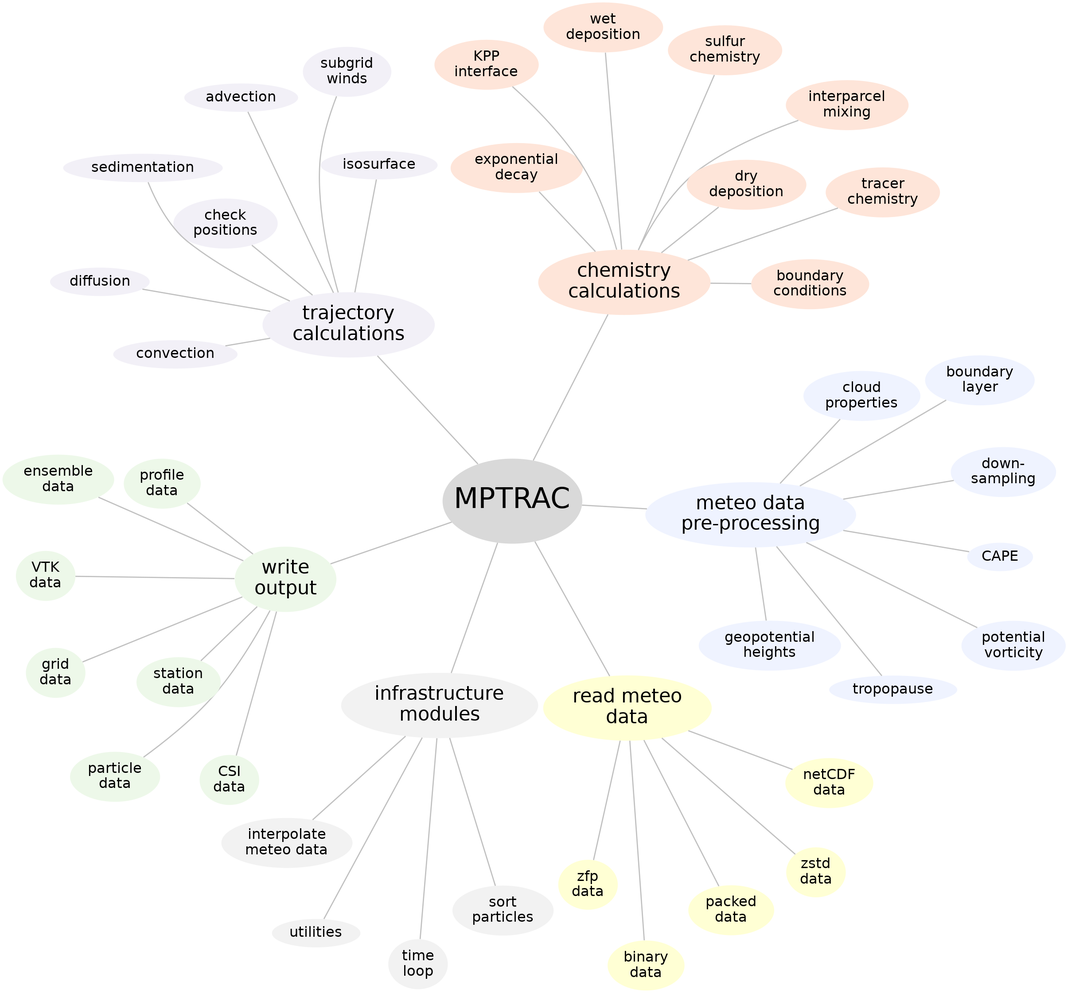
Earlier version of the Graphviz export docs/images/clusters.png (slcs-jsc/mptrac). Its source is kept beside it as docs/images/clusters.dot.
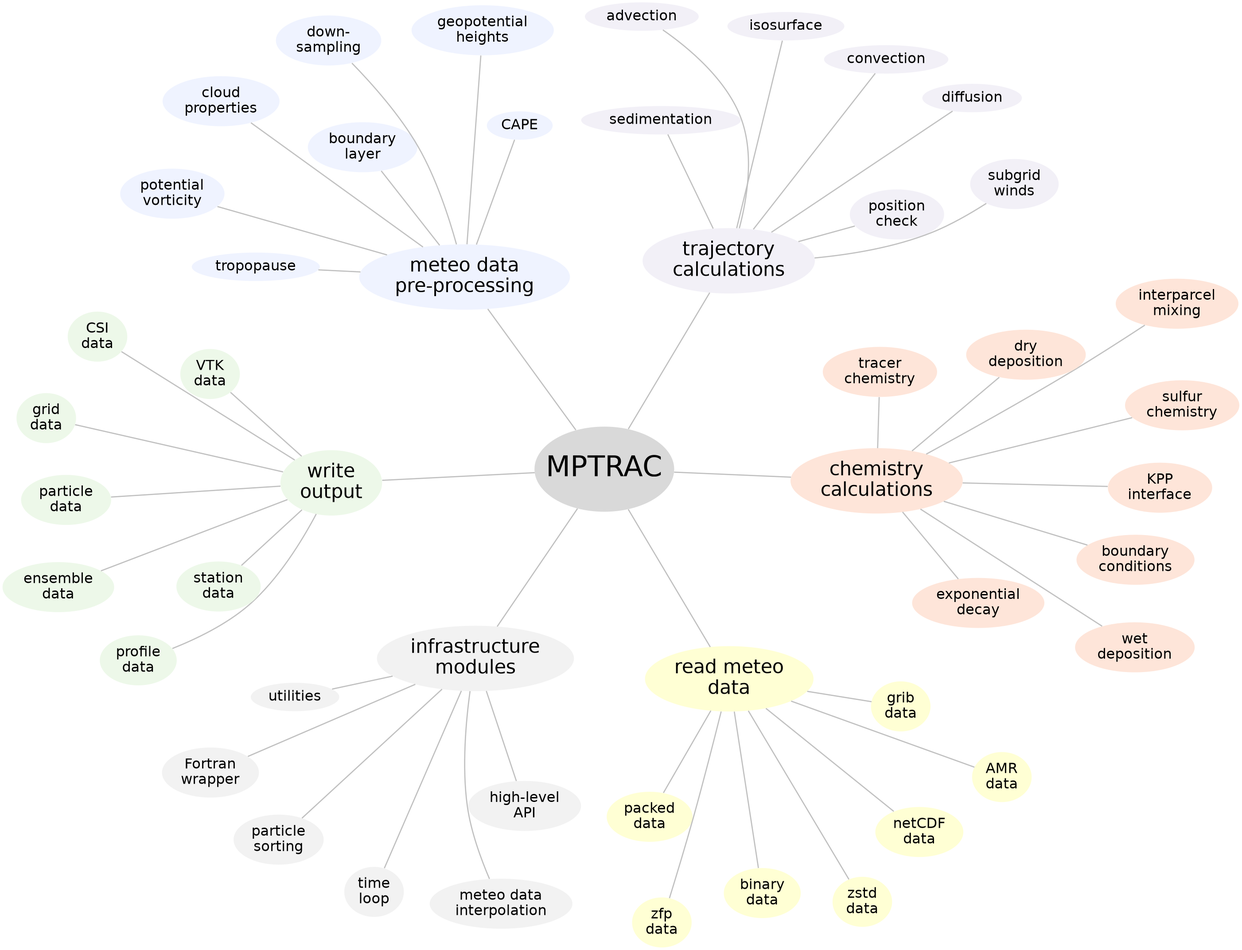
The same diagram one commit later.

The edit, as a diff of the source:
```diff
@@ -7,6 +7,7 @@
   margin=0;
   overlap=false;
   splines=true;
+  ratio=0.75;
 
   MPTRAC -- {
     "infrastructure\nmodules"
@@ -26,25 +27,33 @@
 
 
   "infrastructure\nmodules" -- {
-    "interpolate\nmeteo data"
-    "sort\nparticles"
+    "Fortran\nwrapper"
+    "high-level\nAPI"
+    "meteo data\ninterpolation"
+    "particle\nsorting"
     "time\nloop"
     "utilities"
   }
-    "interpolate\nmeteo data" [fillcolor="gray95"]
-    "sort\nparticles" [fillcolor="gray95"]
+    "Fortran\nwrapper" [fillcolor="gray95"]
+    "high-level\nAPI" [fillcolor="gray95"]
+    "meteo data\ninterpolation" [fillcolor="gray95"]
+    "particle\nsorting" [fillcolor="gray95"]
     "time\nloop" [fillcolor="gray95"]
     "utilities" [fillcolor="gray95"]
 
 
   "read meteo\ndata" -- {
+    "AMR\ndata"
     "binary\ndata"
+    "grib\ndata"
     "netCDF\ndata"
     "packed\ndata"
     "zfp\ndata"
     "zstd\ndata"
   }
+    "AMR\ndata" [colorscheme=ylorbr5 fillcolor=1]
     "binary\ndata" [colorscheme=ylorbr5 fillcolor=1]
+    "grib\ndata" [colorscheme=ylorbr5 fillcolor=1]
     "netCDF\ndata" [colorscheme=ylorbr5 fillcolor=1]
     "packed\ndata" [colorscheme=ylorbr5 fillcolor=1]
     "zfp\ndata" [colorscheme=ylorbr5 fillcolor=1]
@@ -88,7 +97,7 @@
 
 
   "trajectory\ncalculations" -- {
-    "check\npositions"
+    "position\ncheck"
     "advection"
     "diffusion"
     "subgrid\nwinds"
@@ -96,7 +105,7 @@
     "sedimentation"
     "isosurface"
   }
-    "check\npositions" [colorscheme=purples5 fillcolor=1]
+    "position\ncheck" [colorscheme=purples5 fillcolor=1]
     "advection" [colorscheme=purples5 fillcolor=1]
     "diffusion" [colorscheme=purples5 fillcolor=1]
     "subgrid\nwinds" [colorscheme=purples5 fillcolor=1]
```
